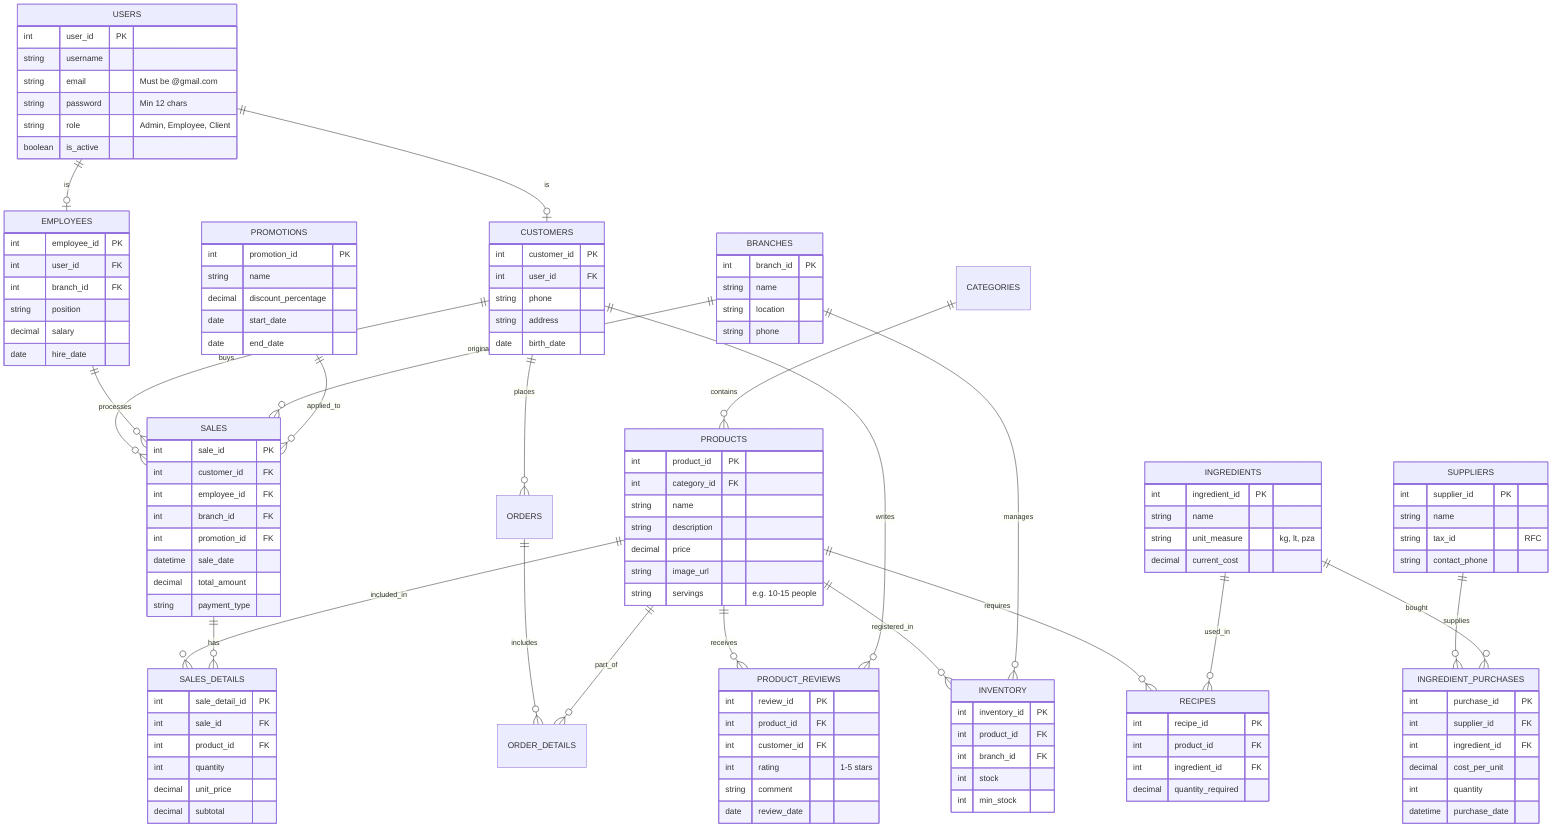
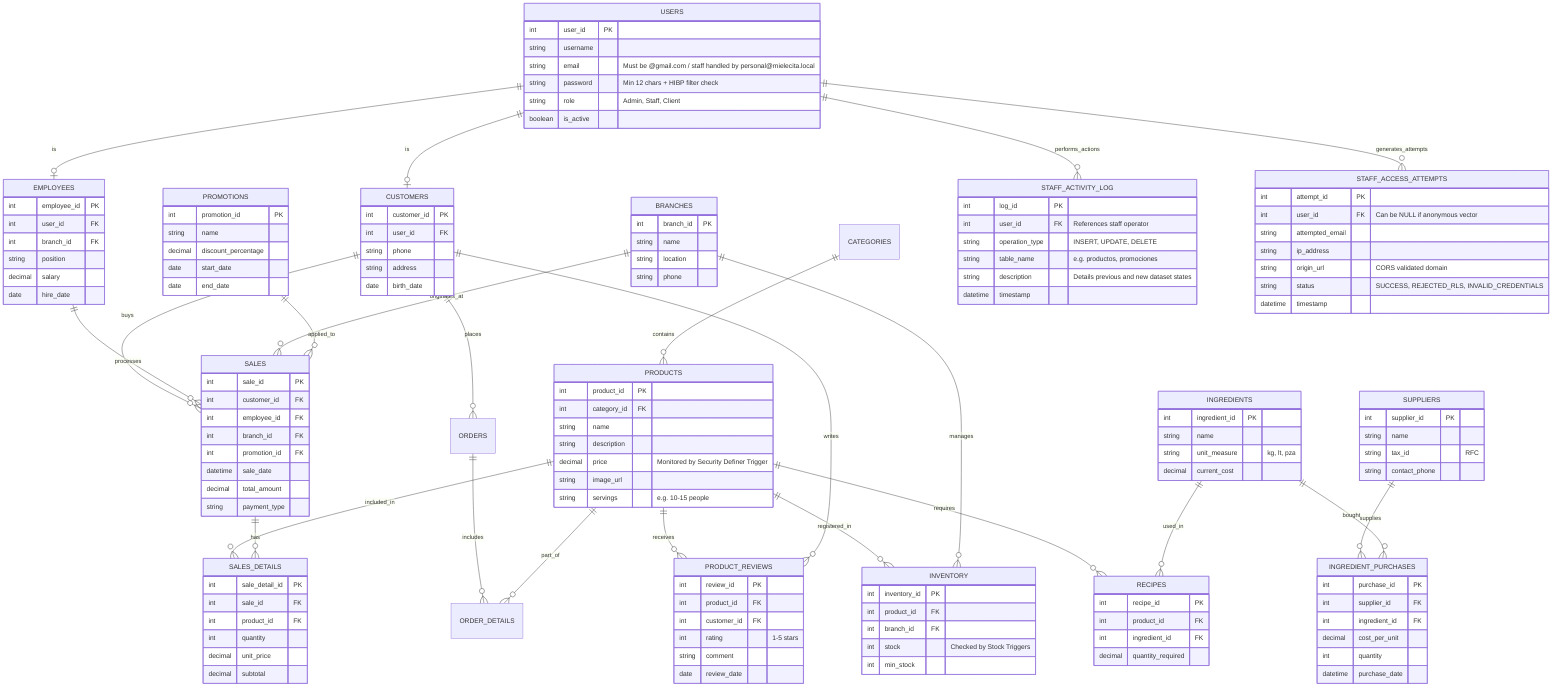
erDiagram
    %% --- RELATIONSHIPS ---
    USERS ||--o| CUSTOMERS : "is"
    USERS ||--o| EMPLOYEES : "is"
    CATEGORIES ||--o{ PRODUCTS : "contains"
    PRODUCTS ||--o{ SALES_DETAILS : "included_in"
    SALES ||--o{ SALES_DETAILS : "has"
    CUSTOMERS ||--o{ SALES : "buys"
    EMPLOYEES ||--o{ SALES : "processes"
    PRODUCTS ||--o{ INVENTORY : "registered_in"

    %% Branch Relationships
    BRANCHES ||--o{ INVENTORY : "manages"
    BRANCHES ||--o{ SALES : "originates_at"

    %% Production & Recipes
    PRODUCTS ||--o{ RECIPES : "requires"
    INGREDIENTS ||--o{ RECIPES : "used_in"

    %% Purchasing & Suppliers
    SUPPLIERS ||--o{ INGREDIENT_PURCHASES : "supplies"
    INGREDIENTS ||--o{ INGREDIENT_PURCHASES : "bought"

    %% Orders & Tracking
    CUSTOMERS ||--o{ ORDERS : "places"
    ORDERS ||--o{ ORDER_DETAILS : "includes"
    PRODUCTS ||--o{ ORDER_DETAILS : "part_of"

    %% Marketing & Feedback
    PRODUCTS ||--o{ PRODUCT_REVIEWS : "receives"
    CUSTOMERS ||--o{ PRODUCT_REVIEWS : "writes"
    PROMOTIONS ||--o{ SALES : "applied_to"

+     %% --- THIRD PARTIAL SECURITY & AUDIT ADDITIONS ---
+     USERS ||--o{ STAFF_ACTIVITY_LOG : "performs_actions"
+     USERS ||--o{ STAFF_ACCESS_ATTEMPTS : "generates_attempts"
+ 
    %% --- DETAILED ENTITIES ---

    USERS {
        int user_id PK
        string username
-         string email "Must be @gmail.com"
-         string password "Min 12 chars"
-         string role "Admin, Employee, Client"
+         string email "Must be @gmail.com / staff handled by personal@mielecita.local"
+         string password "Min 12 chars + HIBP filter check"
+         string role "Admin, Staff, Client"
        boolean is_active
    }

    CUSTOMERS {
        int customer_id PK
        int user_id FK
        string phone
        string address
        date birth_date
    }

    EMPLOYEES {
        int employee_id PK
        int user_id FK
        int branch_id FK
        string position
        decimal salary
        date hire_date
    }

    BRANCHES {
        int branch_id PK
        string name
        string location
        string phone
    }

    PRODUCTS {
        int product_id PK
        int category_id FK
        string name
        string description
-         decimal price
+         decimal price "Monitored by Security Definer Trigger"
        string image_url
        string servings "e.g. 10-15 people"
    }

    INGREDIENTS {
        int ingredient_id PK
        string name
        string unit_measure "kg, lt, pza"
        decimal current_cost
    }

    RECIPES {
        int recipe_id PK
        int product_id FK
        int ingredient_id FK
        decimal quantity_required
    }

    INVENTORY {
        int inventory_id PK
        int product_id FK
        int branch_id FK
-         int stock
+         int stock "Checked by Stock Triggers"
        int min_stock
    }

    SALES {
        int sale_id PK
        int customer_id FK
        int employee_id FK
        int branch_id FK
        int promotion_id FK
        datetime sale_date
        decimal total_amount
        string payment_type
    }

    SALES_DETAILS {
        int sale_detail_id PK
        int sale_id FK
        int product_id FK
        int quantity
        decimal unit_price
        decimal subtotal
    }

    SUPPLIERS {
        int supplier_id PK
        string name
        string tax_id "RFC"
        string contact_phone
    }

    INGREDIENT_PURCHASES {
        int purchase_id PK
        int supplier_id FK
        int ingredient_id FK
        decimal cost_per_unit
        int quantity
        datetime purchase_date
    }

    PRODUCT_REVIEWS {
        int review_id PK
        int product_id FK
        int customer_id FK
        int rating "1-5 stars"
        string comment
        date review_date
    }

    PROMOTIONS {
        int promotion_id PK
        string name
        decimal discount_percentage
        date start_date
        date end_date
    }
+ 
+     %% --- NEW THIRD PARTIAL SECURITY ENTITIES ---
+ 
+     STAFF_ACTIVITY_LOG {
+         int log_id PK
+         int user_id FK "References staff operator"
+         string operation_type "INSERT, UPDATE, DELETE"
+         string table_name "e.g. productos, promociones"
+         string description "Details previous and new dataset states"
+         datetime timestamp
+     }
+ 
+     STAFF_ACCESS_ATTEMPTS {
+         int attempt_id PK
+         int user_id FK "Can be NULL if anonymous vector"
+         string attempted_email
+         string ip_address
+         string origin_url "CORS validated domain"
+         string status "SUCCESS, REJECTED_RLS, INVALID_CREDENTIALS"
+         datetime timestamp
+     }
